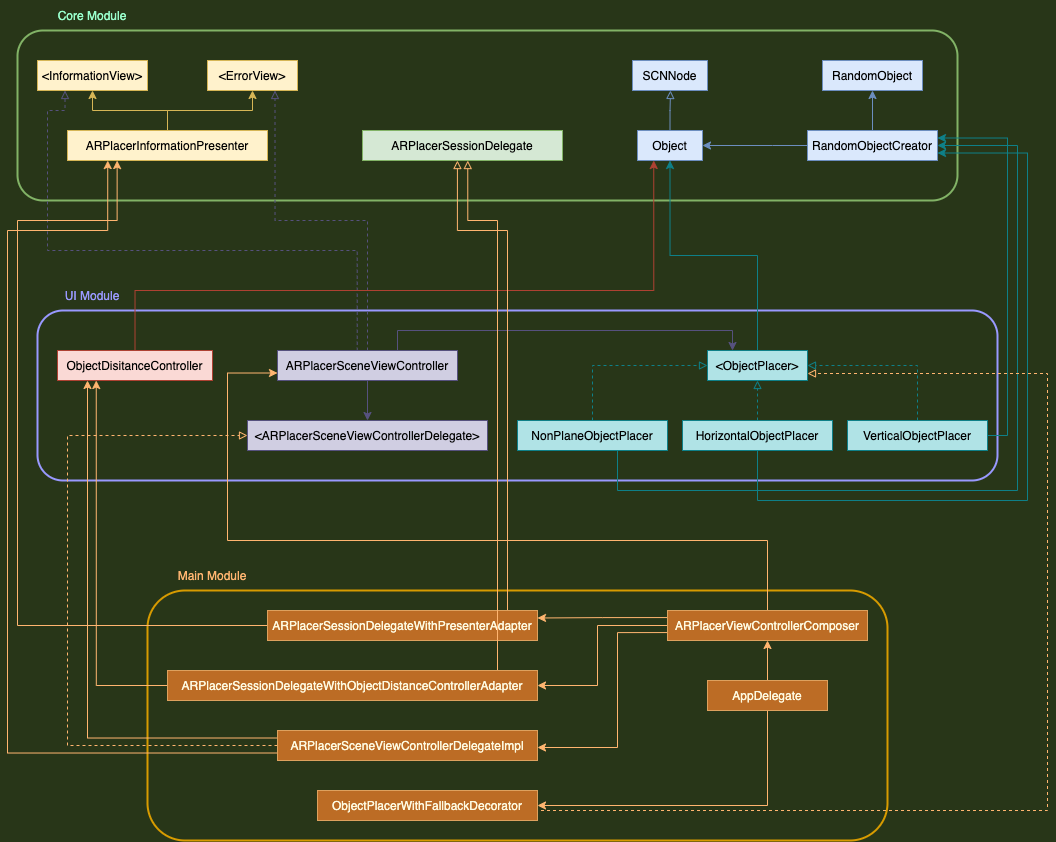
Earlier version of the draw.io export Architecture-Diagram.png (aloksbd/ARPlacer). Source tidied: cells renumbered, new cells last; positions are measured from the earlier drawing's top-left corner, leaving out a move shared by most shapes.
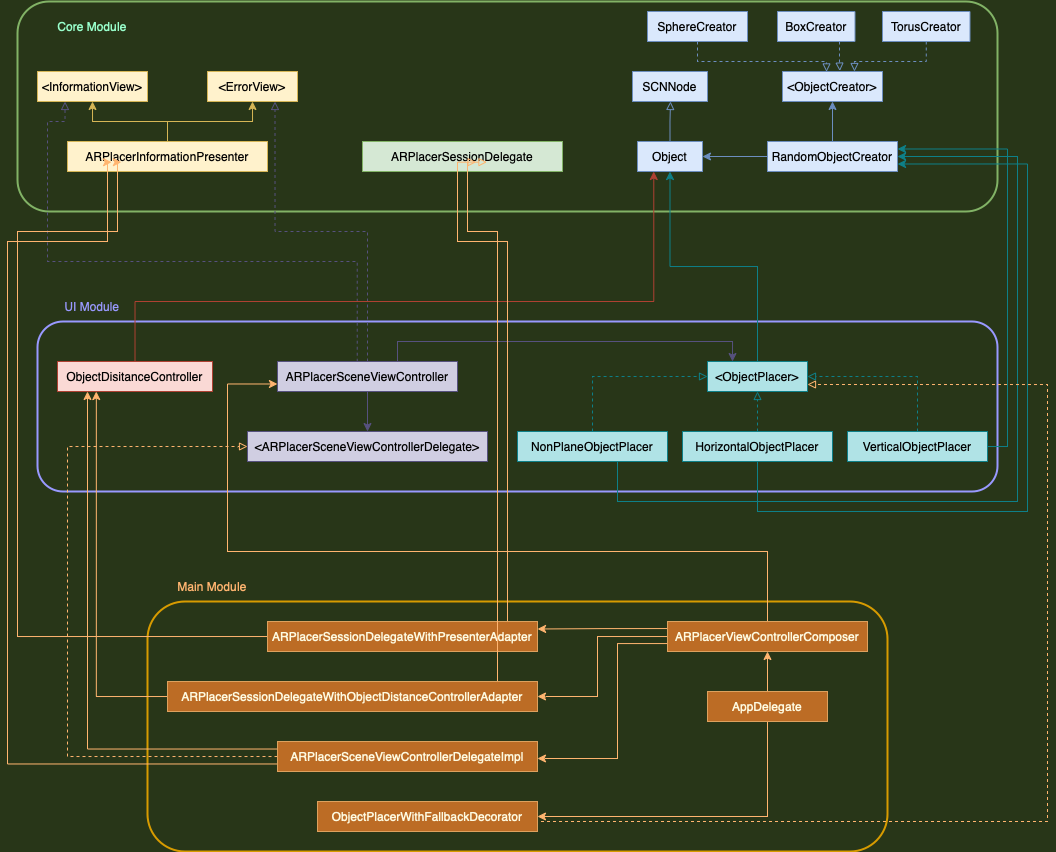
After the change.

Commit message:
Update Architecture diagram

Diff of the diagram source:
```diff
@@ -6,7 +6,7 @@
       <mxGeometry x="30" y="310" width="960" height="170" as="geometry" />
     </mxCell>
     <mxCell id="3" style="rounded=1;whiteSpace=wrap;html=1;fillColor=none;strokeColor=#82b366;strokeWidth=2;" parent="1" vertex="1">
-      <mxGeometry x="10" y="30" width="940" height="170" as="geometry" />
+      <mxGeometry x="10" y="-10" width="980" height="210" as="geometry" />
     </mxCell>
     <mxCell id="4" style="rounded=1;whiteSpace=wrap;html=1;fillColor=none;strokeColor=#d79b00;strokeWidth=2;" parent="1" vertex="1">
       <mxGeometry x="140" y="590" width="740" height="250" as="geometry" />
@@ -22,7 +22,7 @@
       </mxGeometry>
     </mxCell>
     <mxCell id="7" value="RandomObjectCreator" style="rounded=0;whiteSpace=wrap;html=1;fillColor=#dae8fc;strokeColor=#6c8ebf;" parent="1" vertex="1">
-      <mxGeometry x="800" y="130" width="130" height="30" as="geometry" />
+      <mxGeometry x="760" y="130" width="130" height="30" as="geometry" />
     </mxCell>
     <mxCell id="8" value="ARPlacerSessionDelegate" style="rounded=0;whiteSpace=wrap;html=1;fillColor=#d5e8d4;strokeColor=#82b366;" parent="1" vertex="1">
       <mxGeometry x="355" y="130" width="200" height="30" as="geometry" />
@@ -36,8 +36,8 @@
     <mxCell id="11" value="ARPlacerInformationPresenter" style="rounded=0;whiteSpace=wrap;html=1;fillColor=#fff2cc;strokeColor=#d6b656;" parent="1" vertex="1">
       <mxGeometry x="60" y="130" width="200" height="30" as="geometry" />
     </mxCell>
-    <mxCell id="12" value="RandomObject" style="rounded=0;whiteSpace=wrap;html=1;fillColor=#dae8fc;strokeColor=#6c8ebf;" parent="1" vertex="1">
-      <mxGeometry x="815" y="60" width="100" height="30" as="geometry" />
+    <mxCell id="12" value="&amp;lt;ObjectCreator&amp;gt;" style="rounded=0;whiteSpace=wrap;html=1;fillColor=#dae8fc;strokeColor=#6c8ebf;" parent="1" vertex="1">
+      <mxGeometry x="775" y="60" width="100" height="30" as="geometry" />
     </mxCell>
     <mxCell id="13" value="&amp;lt;InformationView&amp;gt;" style="rounded=0;whiteSpace=wrap;html=1;fillColor=#fff2cc;strokeColor=#d6b656;" parent="1" vertex="1">
       <mxGeometry x="30" y="60" width="110" height="30" as="geometry" />
@@ -284,5 +284,40 @@
     <mxCell id="59" value="Main Module" style="text;html=1;strokeColor=none;fillColor=none;align=center;verticalAlign=middle;whiteSpace=wrap;rounded=0;fontColor=#FFB570;" parent="1" vertex="1">
       <mxGeometry x="150" y="560" width="110" height="30" as="geometry" />
     </mxCell>
+    <mxCell id="60" style="edgeStyle=orthogonalEdgeStyle;rounded=0;jettySize=auto;html=1;entryX=0.437;entryY=0.012;entryDx=0;entryDy=0;fillColor=#dae8fc;strokeColor=#6c8ebf;dashed=1;endArrow=block;endFill=0;entryPerimeter=0;" parent="1" edge="1" source="61" target="12">
+      <mxGeometry relative="1" as="geometry">
+        <Array as="points">
+          <mxPoint x="690" y="50" />
+          <mxPoint x="819" y="50" />
+          <mxPoint x="819" y="60" />
+        </Array>
+      </mxGeometry>
+    </mxCell>
+    <mxCell id="61" value="SphereCreator" style="rounded=0;whiteSpace=wrap;html=1;fillColor=#dae8fc;strokeColor=#6c8ebf;" parent="1" vertex="1">
+      <mxGeometry x="640" width="100" height="30" as="geometry" />
+    </mxCell>
+    <mxCell id="62" style="edgeStyle=orthogonalEdgeStyle;rounded=0;jettySize=auto;html=1;dashed=1;endArrow=block;endFill=0;fillColor=#dae8fc;strokeColor=#6c8ebf;entryX=0.573;entryY=-0.014;entryDx=0;entryDy=0;entryPerimeter=0;" parent="1" edge="1" source="63" target="12">
+      <mxGeometry relative="1" as="geometry">
+        <Array as="points">
+          <mxPoint x="832" y="50" />
+          <mxPoint x="832" y="50" />
+        </Array>
+      </mxGeometry>
+    </mxCell>
+    <mxCell id="63" value="BoxCreator" style="rounded=0;whiteSpace=wrap;html=1;fillColor=#dae8fc;strokeColor=#6c8ebf;" parent="1" vertex="1">
+      <mxGeometry x="770" width="77.5" height="30" as="geometry" />
+    </mxCell>
+    <mxCell id="64" style="edgeStyle=orthogonalEdgeStyle;rounded=0;jettySize=auto;html=1;entryX=0.717;entryY=-0.001;entryDx=0;entryDy=0;dashed=1;endArrow=block;endFill=0;fillColor=#dae8fc;strokeColor=#6c8ebf;entryPerimeter=0;" parent="1" edge="1" source="65" target="12">
+      <mxGeometry relative="1" as="geometry">
+        <Array as="points">
+          <mxPoint x="919" y="50" />
+          <mxPoint x="847" y="50" />
+          <mxPoint x="847" y="60" />
+        </Array>
+      </mxGeometry>
+    </mxCell>
+    <mxCell id="65" value="TorusCreator" style="rounded=0;whiteSpace=wrap;html=1;fillColor=#dae8fc;strokeColor=#6c8ebf;" parent="1" vertex="1">
+      <mxGeometry x="875" width="87.5" height="30" as="geometry" />
+    </mxCell>
   </root>
 </mxGraphModel>
```
